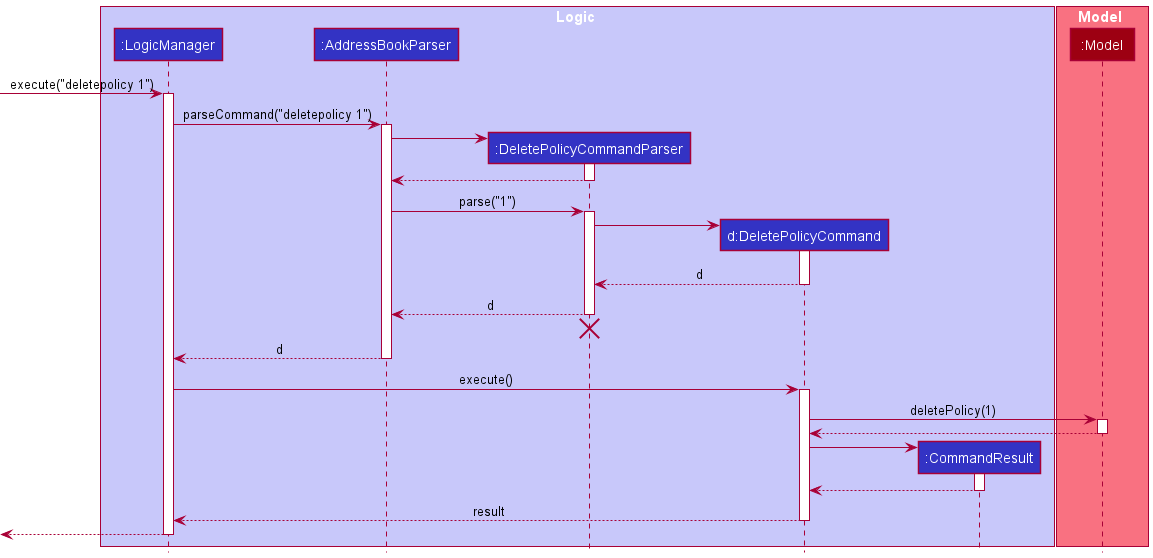
This is docs/images/DeleteSequenceDiagram.png from nus-cs2103-AY2122S1/tp, a PlantUML export, as it was before one commit.
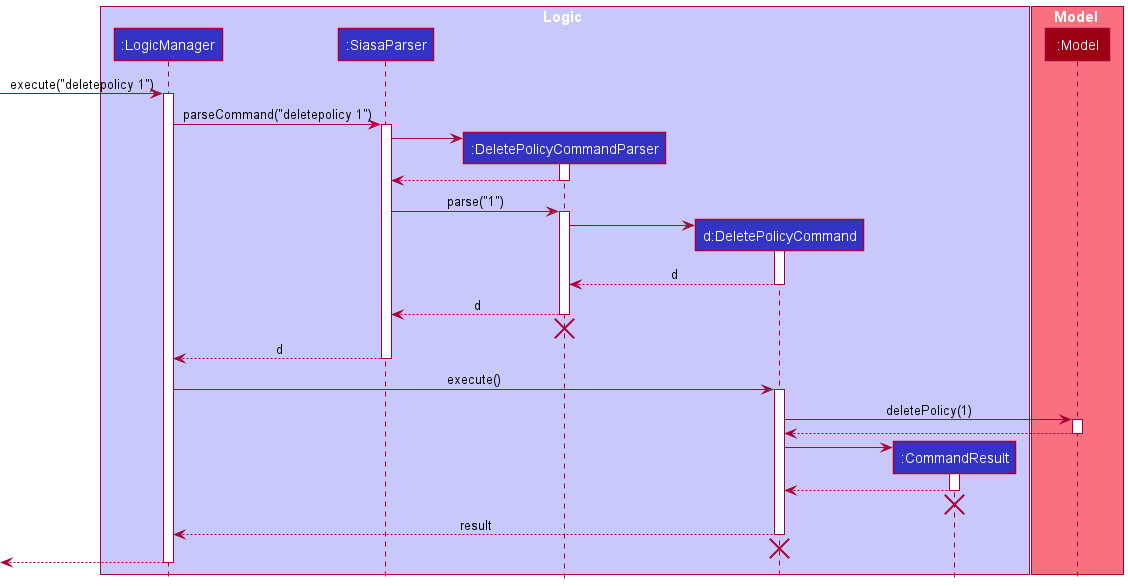
The same file after the commit.

Diff of the diagram source:
```diff
@@ -3,7 +3,7 @@
 
 box Logic LOGIC_COLOR_T1
 participant ":LogicManager" as LogicManager LOGIC_COLOR
-participant ":AddressBookParser" as AddressBookParser LOGIC_COLOR
+participant ":SiasaParser" as SiasaParser LOGIC_COLOR
 participant ":DeletePolicyCommandParser" as DeletePolicyCommandParser LOGIC_COLOR
 participant "d:DeletePolicyCommand" as DeletePolicyCommand LOGIC_COLOR
 participant ":CommandResult" as CommandResult LOGIC_COLOR
@@ -16,17 +16,17 @@
 [-> LogicManager : execute("deletepolicy 1")
 activate LogicManager
 
-LogicManager -> AddressBookParser : parseCommand("deletepolicy 1")
-activate AddressBookParser
+LogicManager -> SiasaParser : parseCommand("deletepolicy 1")
+activate SiasaParser
 
 create DeletePolicyCommandParser
-AddressBookParser -> DeletePolicyCommandParser
+SiasaParser -> DeletePolicyCommandParser
 activate DeletePolicyCommandParser
 
-DeletePolicyCommandParser --> AddressBookParser
+DeletePolicyCommandParser --> SiasaParser
 deactivate DeletePolicyCommandParser
 
-AddressBookParser -> DeletePolicyCommandParser : parse("1")
+SiasaParser -> DeletePolicyCommandParser : parse("1")
 activate DeletePolicyCommandParser
 
 create DeletePolicyCommand
@@ -36,13 +36,13 @@
 DeletePolicyCommand --> DeletePolicyCommandParser : d
 deactivate DeletePolicyCommand
 
-DeletePolicyCommandParser --> AddressBookParser : d
+DeletePolicyCommandParser --> SiasaParser : d
 deactivate DeletePolicyCommandParser
-DeletePolicyCommandParser -[hidden]-> AddressBookParser
+DeletePolicyCommandParser -[hidden]-> SiasaParser
 destroy DeletePolicyCommandParser
 
-AddressBookParser --> LogicManager : d
-deactivate AddressBookParser
+SiasaParser --> LogicManager : d
+deactivate SiasaParser
 
 LogicManager -> DeletePolicyCommand : execute()
 activate DeletePolicyCommand
@@ -59,9 +59,13 @@
 
 CommandResult --> DeletePolicyCommand
 deactivate CommandResult
+CommandResult -[hidden]-> DeletePolicyCommand
+destroy CommandResult
 
 DeletePolicyCommand --> LogicManager : result
 deactivate DeletePolicyCommand
+DeletePolicyCommand -[hidden]-> LogicManager
+destroy DeletePolicyCommand
 
 [<--LogicManager
 deactivate LogicManager
```
